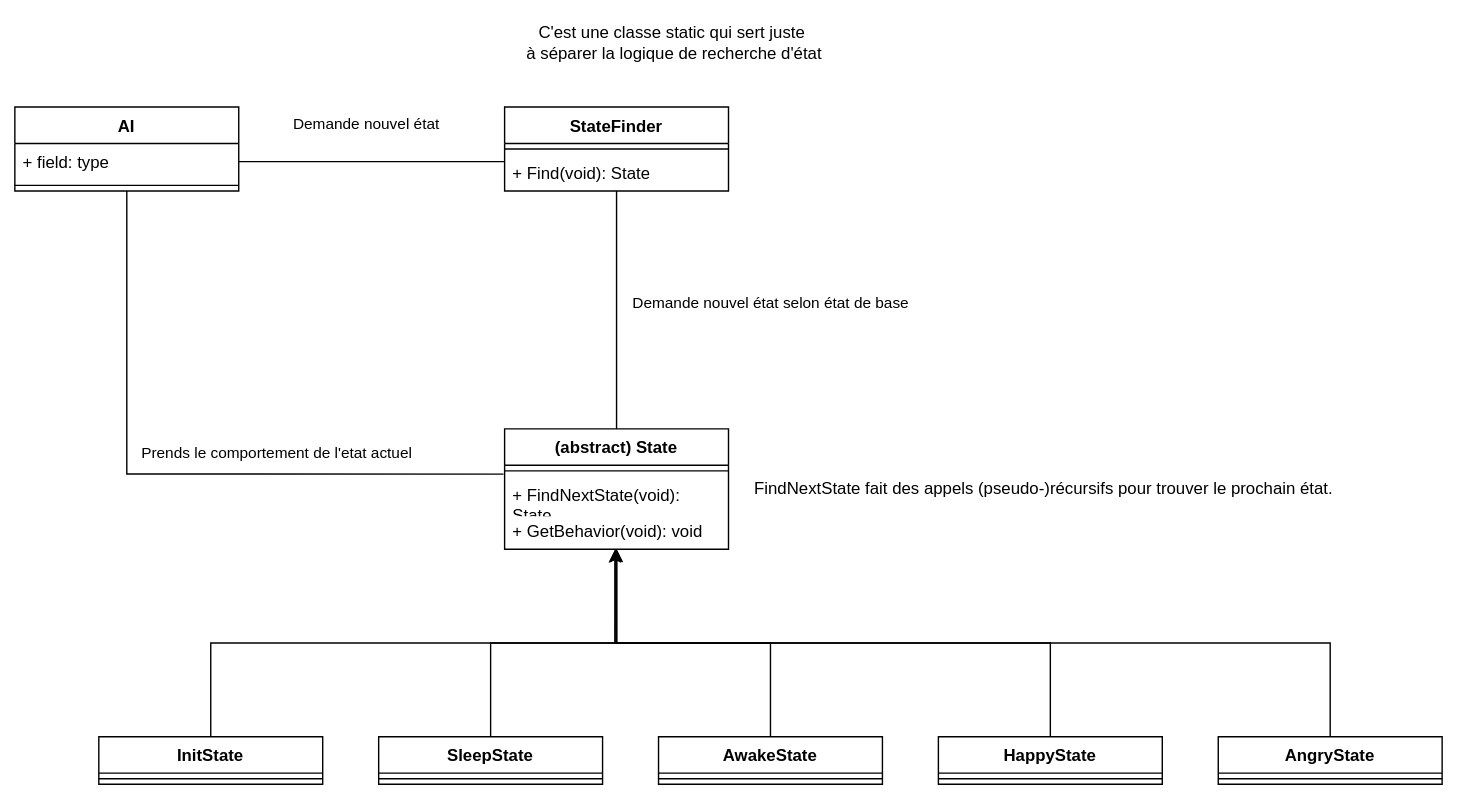
Before: UML-AI.svg, a diagram exported from draw.io (nBeeckmans/unity-ai-prototype). Source tidied: cells renumbered, new cells last; positions are measured from the earlier drawing's top-left corner, leaving out a move shared by most shapes.
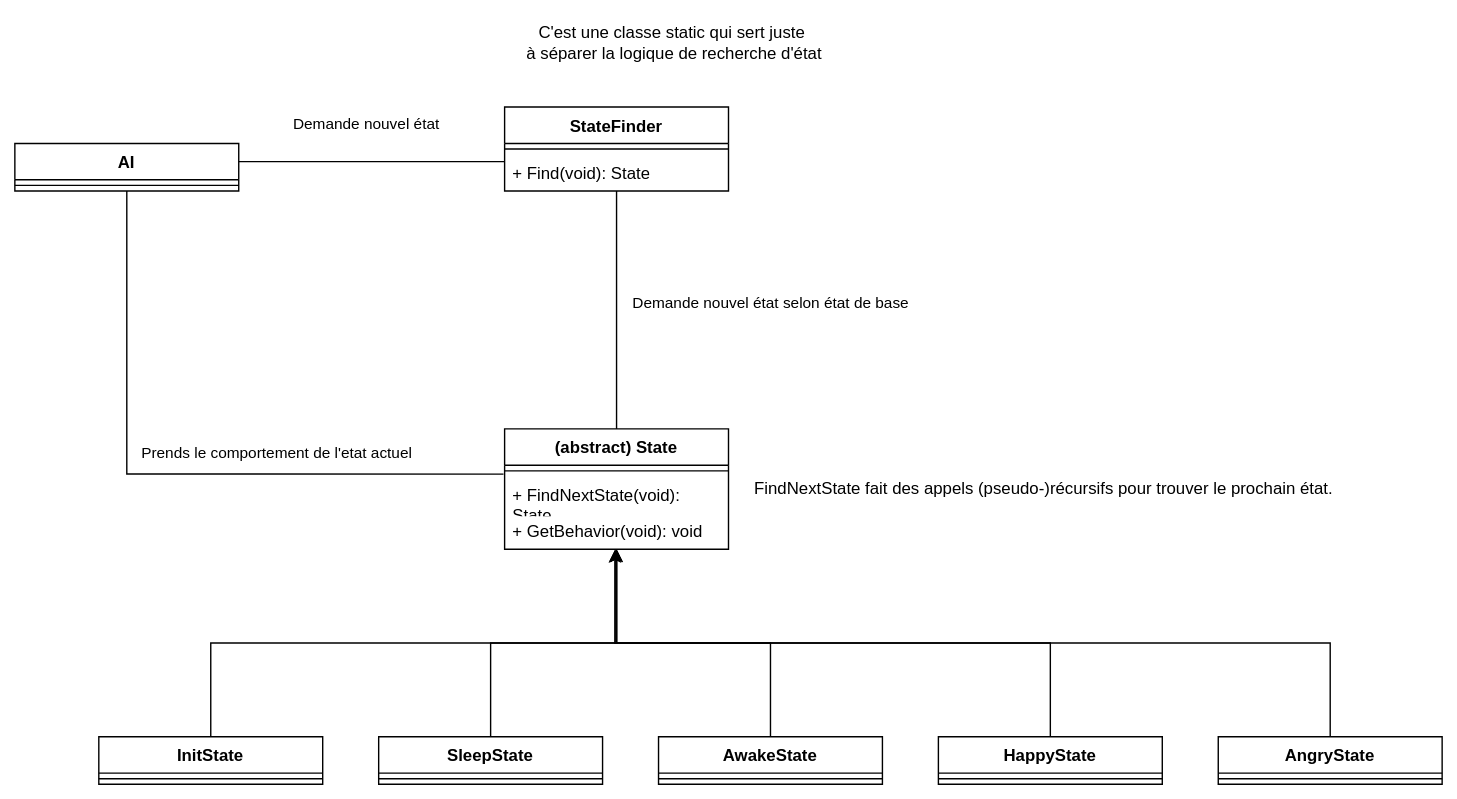
After the commit.

Diff of the diagram source:
```diff
@@ -3,13 +3,10 @@
     <mxCell id="0" />
     <mxCell id="1" parent="0" />
     <mxCell id="2" value="AI" style="swimlane;fontStyle=1;align=center;verticalAlign=top;horizontal=1;startSize=26;whiteSpace=wrap;html=1;rounded=0;labelBackgroundColor=none;" parent="1" vertex="1">
-      <mxGeometry y="66" width="160" height="60" as="geometry" />
+      <mxGeometry y="92" width="160" height="34" as="geometry" />
     </mxCell>
-    <mxCell id="3" value="+ field: type" style="text;strokeColor=none;fillColor=none;align=left;verticalAlign=top;spacingLeft=4;spacingRight=4;overflow=hidden;points=[[0,0.5],[1,0.5]];portConstraint=eastwest;whiteSpace=wrap;html=1;rounded=0;labelBackgroundColor=none;" parent="2" vertex="1">
-      <mxGeometry y="26" width="160" height="26" as="geometry" />
-    </mxCell>
     <mxCell id="4" style="line;strokeWidth=1;fillColor=none;align=left;verticalAlign=middle;spacingTop=-1;spacingLeft=3;spacingRight=3;labelPosition=right;rounded=0;labelBackgroundColor=none;" parent="2" vertex="1">
-      <mxGeometry y="52" width="160" height="8" as="geometry" />
+      <mxGeometry y="26" width="160" height="8" as="geometry" />
     </mxCell>
     <mxCell id="5" style="edgeStyle=orthogonalEdgeStyle;rounded=0;jettySize=auto;html=1;entryX=0.5;entryY=0;entryDx=0;entryDy=0;endArrow=none;endFill=0;labelBackgroundColor=none;fontColor=default;" parent="1" edge="1" source="7" target="13">
       <mxGeometry relative="1" as="geometry" />
@@ -28,8 +25,9 @@
     <mxCell id="9" value="+ Find(void): State" style="text;strokeColor=none;fillColor=none;align=left;verticalAlign=top;spacingLeft=4;spacingRight=4;overflow=hidden;whiteSpace=wrap;html=1;rounded=0;labelBackgroundColor=none;" parent="7" vertex="1">
       <mxGeometry y="34" width="160" height="26" as="geometry" />
     </mxCell>
-    <mxCell id="10" style="edgeStyle=orthogonalEdgeStyle;rounded=0;jettySize=auto;html=1;entryX=0;entryY=0.5;entryDx=0;entryDy=0;endArrow=none;endFill=0;labelBackgroundColor=none;fontColor=default;" parent="1" edge="1" source="3">
+    <mxCell id="10" style="edgeStyle=orthogonalEdgeStyle;rounded=0;orthogonalLoop=1;jettySize=auto;html=1;entryX=0;entryY=0.5;entryDx=0;entryDy=0;endArrow=none;endFill=0;labelBackgroundColor=none;fontColor=default;" parent="1" edge="1">
       <mxGeometry relative="1" as="geometry">
+        <mxPoint x="160" y="105" as="sourcePoint" />
         <mxPoint x="350" y="105" as="targetPoint" />
       </mxGeometry>
     </mxCell>
```
